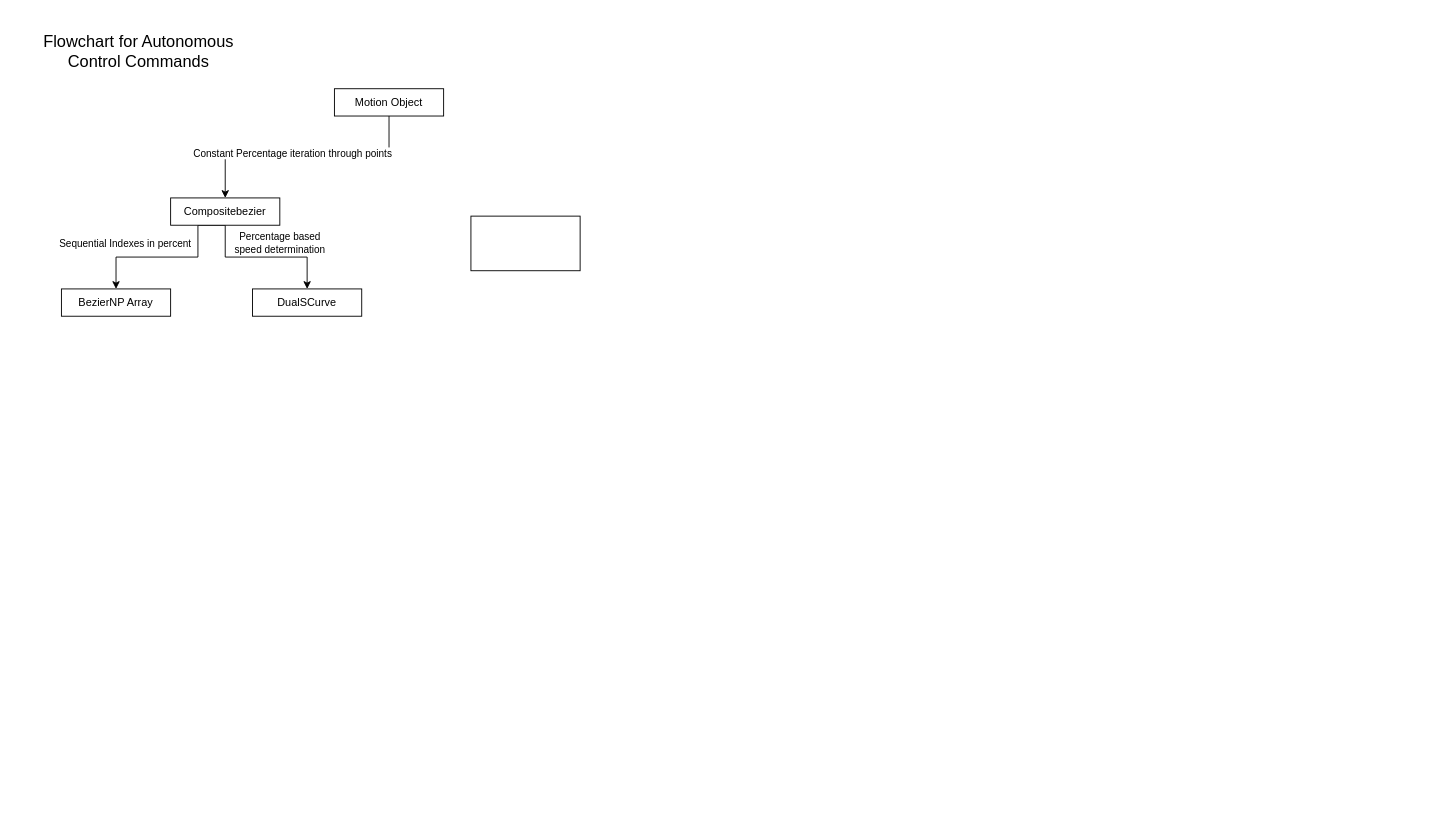
The draw.io diagram Untitled Diagram.drawio in plebbbb/vrc-bot-82855, before the edit. Source tidied: cells renumbered, new cells numbered last; positions are measured from the earlier drawing's top-left corner, leaving out a move shared by most shapes. Both pictures are drawn from the tidied source at 91%, with x=0, y=0 at pixel (25, 15).
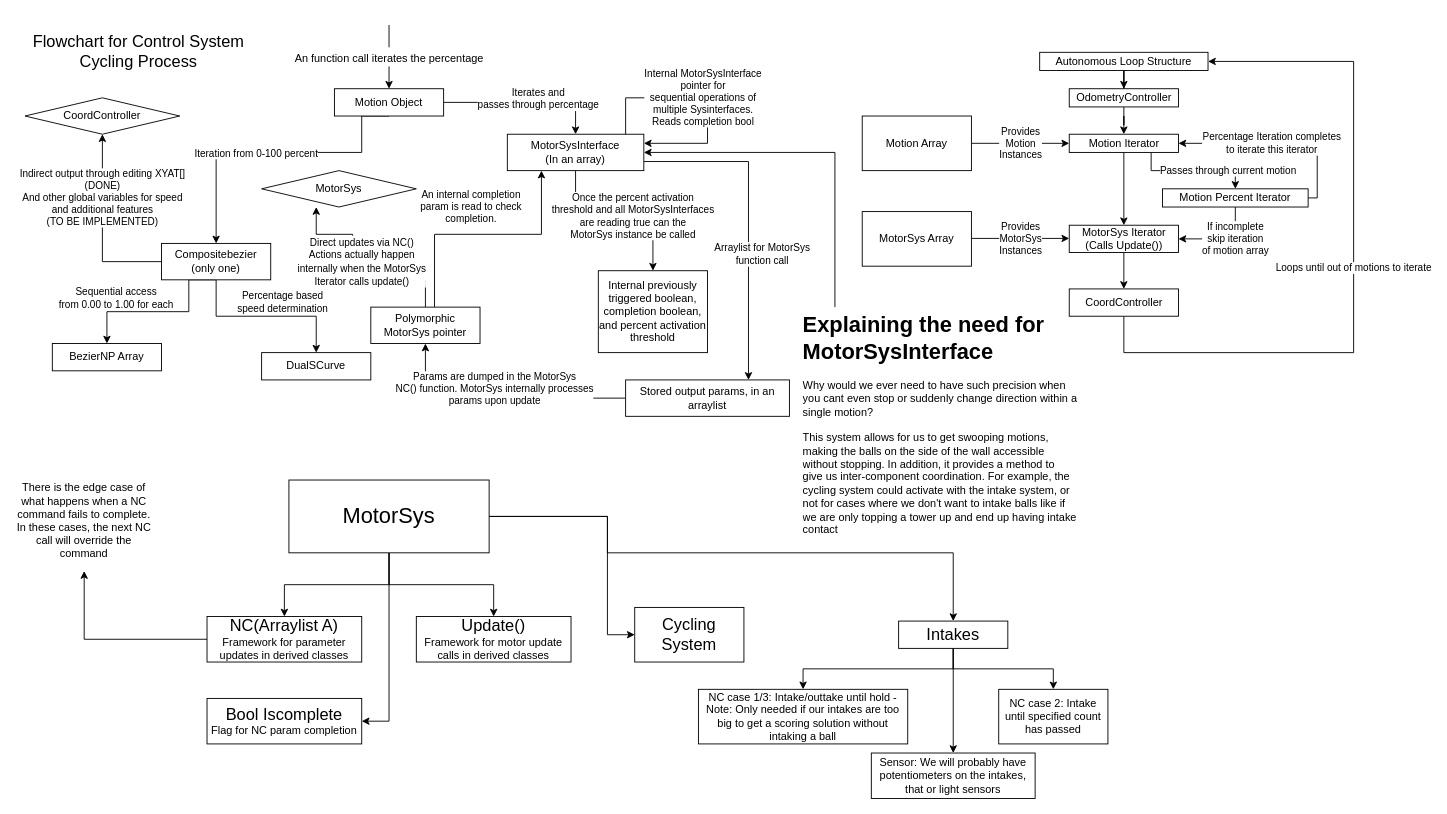
The same page after the edit.

Unchanged cells that the change refers to:
```xml
<mxCell id="4" value="&lt;div&gt;Motion Object&lt;/div&gt;" style="rounded=0;whiteSpace=wrap;html=1;" parent="1" vertex="1">
  <mxGeometry x="340" y="80" width="120" height="30" as="geometry" />
</mxCell>
```

The edit, as a diff of the source:
```diff
@@
     <mxCell id="2" style="edgeStyle=orthogonalEdgeStyle;rounded=0;jettySize=auto;html=1;entryX=0.5;entryY=0;entryDx=0;entryDy=0;exitX=0.5;exitY=1;exitDx=0;exitDy=0;" parent="1" edge="1" source="4" target="8">
       <mxGeometry relative="1" as="geometry">
         <Array as="points">
-          <mxPoint x="400" y="150" />
-          <mxPoint x="220" y="150" />
+          <mxPoint x="370" y="110" />
+          <mxPoint x="370" y="150" />
+          <mxPoint x="210" y="150" />
         </Array>
       </mxGeometry>
     </mxCell>
-    <mxCell id="3" value="&lt;div&gt;Constant Percentage iteration through points&lt;br&gt;&lt;/div&gt;" style="edgeLabel;html=1;align=center;verticalAlign=middle;" parent="2" vertex="1">
+    <mxCell id="3" value="&lt;div&gt;Iteration from 0-100 percent&lt;/div&gt;" style="edgeLabel;html=1;align=center;verticalAlign=middle;" parent="2" vertex="1">
       <mxGeometry x="-0.11" y="3" relative="1" as="geometry">
-        <mxPoint x="-27" y="-3" as="offset" />
+        <mxPoint x="-40" y="-3" as="offset" />
       </mxGeometry>
     </mxCell>
+    <mxCell id="12" style="edgeStyle=orthogonalEdgeStyle;rounded=0;jettySize=auto;html=1;entryX=0.5;entryY=0;entryDx=0;entryDy=0;" parent="1" edge="1" source="4" target="11">
+      <mxGeometry relative="1" as="geometry" />
+    </mxCell>
+    <mxCell id="13" value="&lt;div&gt;Iterates and &lt;br&gt;passes through percentage&lt;/div&gt;" style="edgeLabel;html=1;align=center;verticalAlign=middle;" parent="12" vertex="1">
+      <mxGeometry x="-0.28" y="2" relative="1" as="geometry">
+        <mxPoint x="38" y="-3" as="offset" />
+      </mxGeometry>
+    </mxCell>
@@
-    <mxCell id="5" value="&lt;font style=&quot;font-size: 18px&quot;&gt;Flowchart for Autonomous Control Commands&lt;/font&gt;" style="text;html=1;strokeColor=none;fillColor=none;align=center;verticalAlign=middle;whiteSpace=wrap;rounded=0;" parent="1" vertex="1">
+    <mxCell id="5" value="&lt;font style=&quot;font-size: 18px&quot;&gt;Flowchart for Control System Cycling Process&lt;br&gt;&lt;/font&gt;" style="text;html=1;strokeColor=none;fillColor=none;align=center;verticalAlign=middle;whiteSpace=wrap;rounded=0;" parent="1" vertex="1">
       <mxGeometry width="250" height="80" as="geometry" />
     </mxCell>
-    <mxCell id="6" value="&lt;div&gt;Sequential Indexes in percent&lt;br&gt;&lt;/div&gt;" style="edgeStyle=orthogonalEdgeStyle;rounded=0;jettySize=auto;html=1;exitX=0.5;exitY=1;exitDx=0;exitDy=0;entryX=0.5;entryY=0;entryDx=0;entryDy=0;" parent="1" edge="1" source="8" target="9">
+    <mxCell id="6" value="&lt;div&gt;Sequential access&lt;br&gt;from 0.00 to 1.00 for each&lt;/div&gt;" style="edgeStyle=orthogonalEdgeStyle;rounded=0;jettySize=auto;html=1;exitX=0.5;exitY=1;exitDx=0;exitDy=0;entryX=0.5;entryY=0;entryDx=0;entryDy=0;" parent="1" edge="1" source="8" target="9">
       <mxGeometry x="0.53" y="-15" relative="1" as="geometry">
         <Array as="points">
-          <mxPoint x="190" y="230" />
-          <mxPoint x="190" y="265" />
-          <mxPoint x="100" y="265" />
+          <mxPoint x="180" y="290" />
+          <mxPoint x="180" y="325" />
+          <mxPoint x="90" y="325" />
         </Array>
       </mxGeometry>
     </mxCell>
@@
+    <mxCell id="14" value="Indirect output through editing XYAT[]&lt;br&gt;(DONE)&lt;br&gt;And other global variables for speed&lt;br&gt;and additional features&lt;br&gt;(TO BE IMPLEMENTED)" style="edgeStyle=orthogonalEdgeStyle;rounded=0;jettySize=auto;html=1;exitX=0;exitY=0.5;exitDx=0;exitDy=0;entryX=0.5;entryY=1;entryDx=0;entryDy=0;" parent="1" edge="1" source="8" target="18">
+      <mxGeometry x="0.32" relative="1" as="geometry" />
+    </mxCell>
-    <mxCell id="8" value="&lt;div&gt;Compositebezier&lt;/div&gt;" style="rounded=0;whiteSpace=wrap;html=1;" parent="1" vertex="1">
-      <mxGeometry x="160" y="200" width="120" height="30" as="geometry" />
+    <mxCell id="8" value="&lt;div&gt;Compositebezier&lt;/div&gt;&lt;div&gt;(only one)&lt;br&gt;&lt;/div&gt;" style="rounded=0;whiteSpace=wrap;html=1;" parent="1" vertex="1">
+      <mxGeometry x="150" y="250" width="120" height="40" as="geometry" />
     </mxCell>
     <mxCell id="9" value="BezierNP Array" style="rounded=0;whiteSpace=wrap;html=1;" parent="1" vertex="1">
-      <mxGeometry x="40" y="300" width="120" height="30" as="geometry" />
+      <mxGeometry x="30" y="360" width="120" height="30" as="geometry" />
     </mxCell>
     <mxCell id="10" value="&lt;div&gt;DualSCurve&lt;/div&gt;" style="rounded=0;whiteSpace=wrap;html=1;" parent="1" vertex="1">
-      <mxGeometry x="250" y="300" width="120" height="30" as="geometry" />
+      <mxGeometry x="260" y="370" width="120" height="30" as="geometry" />
     </mxCell>
+    <mxCell id="15" value="&lt;div&gt;An internal completion&lt;/div&gt;&lt;div&gt;param is read to check&lt;br&gt;completion. &lt;br&gt;&lt;/div&gt;" style="edgeStyle=orthogonalEdgeStyle;rounded=0;jettySize=auto;html=1;entryX=0.25;entryY=1;entryDx=0;entryDy=0;" parent="1" edge="1" source="20" target="11">
+      <mxGeometry x="-0.4" y="-50" relative="1" as="geometry">
+        <Array as="points">
+          <mxPoint x="450" y="240" />
+          <mxPoint x="568" y="240" />
+        </Array>
+        <mxPoint x="40" y="-80" as="offset" />
+      </mxGeometry>
+    </mxCell>
+    <mxCell id="16" value="&lt;div&gt;Arraylist for MotorSys&lt;/div&gt;&lt;div&gt;function call&lt;/div&gt;" style="edgeStyle=orthogonalEdgeStyle;rounded=0;jettySize=auto;html=1;entryX=0.75;entryY=0;entryDx=0;entryDy=0;exitX=1;exitY=0.75;exitDx=0;exitDy=0;" parent="1" edge="1" source="11" target="22">
+      <mxGeometry x="0.22" y="15" relative="1" as="geometry">
+        <Array as="points">
+          <mxPoint x="795" y="160" />
+        </Array>
+      </mxGeometry>
+    </mxCell>
+    <mxCell id="17" value="&lt;div&gt;Once the percent activation&lt;/div&gt;&lt;div&gt; threshold and all MotorSysInterfaces&lt;/div&gt;&lt;div&gt;are reading true can the&lt;br&gt; MotorSys instance be called&lt;br&gt;&lt;/div&gt;" style="edgeStyle=orthogonalEdgeStyle;rounded=0;jettySize=auto;html=1;entryX=0.5;entryY=0;entryDx=0;entryDy=0;" parent="1" edge="1" source="11" target="24">
+      <mxGeometry x="0.21" y="5" relative="1" as="geometry" />
+    </mxCell>
-    <mxCell id="11" style="rounded=0;whiteSpace=wrap;html=1;" parent="1" vertex="1">
-      <mxGeometry x="490" y="220" width="120" height="60" as="geometry" />
+    <mxCell id="11" value="&lt;div&gt;MotorSysInterface&lt;br&gt;&lt;/div&gt;(In an array)" style="rounded=0;whiteSpace=wrap;html=1;" parent="1" vertex="1">
+      <mxGeometry x="530" y="130" width="150" height="40" as="geometry" />
     </mxCell>
+    <mxCell id="18" value="CoordController" style="rhombus;whiteSpace=wrap;html=1;" parent="1" vertex="1">
+      <mxGeometry y="90" width="170" height="40" as="geometry" />
+    </mxCell>
+    <mxCell id="19" value="&lt;font style=&quot;font-size: 11px&quot;&gt;Direct updates via NC()&lt;br&gt;Actions actually happen&lt;br&gt;internally when the MotorSys&lt;br&gt;Iterator calls update()&lt;br&gt;&lt;/font&gt;" style="edgeStyle=orthogonalEdgeStyle;rounded=0;jettySize=auto;html=1;fontSize=12;" parent="1" edge="1" source="20">
+      <mxGeometry x="0.13" y="-10" relative="1" as="geometry">
+        <mxPoint x="320" y="210" as="targetPoint" />
+        <Array as="points">
+          <mxPoint x="360" y="290" />
+          <mxPoint x="360" y="240" />
+          <mxPoint x="320" y="240" />
+        </Array>
+      </mxGeometry>
+    </mxCell>
+    <mxCell id="20" value="Polymorphic MotorSys pointer" style="rounded=0;whiteSpace=wrap;html=1;" parent="1" vertex="1">
+      <mxGeometry x="380" y="320" width="120" height="40" as="geometry" />
+    </mxCell>
+    <mxCell id="21" value="&lt;div&gt;Params are dumped in the MotorSys&lt;/div&gt;&lt;div&gt;NC() function. MotorSys internally processes&lt;br&gt;params upon update&lt;br&gt;&lt;/div&gt;" style="edgeStyle=orthogonalEdgeStyle;rounded=0;jettySize=auto;html=1;entryX=0.5;entryY=1;entryDx=0;entryDy=0;" parent="1" edge="1" source="22" target="20">
+      <mxGeometry x="0.03" y="-10" relative="1" as="geometry" />
+    </mxCell>
+    <mxCell id="22" value="Stored output params, in an arraylist" style="rounded=0;whiteSpace=wrap;html=1;" parent="1" vertex="1">
+      <mxGeometry x="660" y="400" width="180" height="40" as="geometry" />
+    </mxCell>
+    <mxCell id="23" value="Internal MotorSysInterface&lt;br&gt;&lt;div&gt;pointer for &lt;br&gt;&lt;/div&gt;&lt;div&gt;sequential operations of&lt;/div&gt;&lt;div&gt;multiple Sysinterfaces.&lt;br&gt;Reads completion bool&lt;br&gt;&lt;/div&gt;" style="edgeStyle=orthogonalEdgeStyle;rounded=0;jettySize=auto;html=1;" parent="1" edge="1" source="11">
+      <mxGeometry relative="1" as="geometry">
+        <mxPoint x="680" y="140" as="targetPoint" />
+        <Array as="points">
+          <mxPoint x="660" y="90" />
+          <mxPoint x="750" y="90" />
+          <mxPoint x="750" y="140" />
+          <mxPoint x="680" y="140" />
+        </Array>
+      </mxGeometry>
+    </mxCell>
+    <mxCell id="24" value="Internal previously triggered boolean, completion boolean, and percent activation threshold" style="rounded=0;whiteSpace=wrap;html=1;" parent="1" vertex="1">
+      <mxGeometry x="630" y="280" width="120" height="90" as="geometry" />
+    </mxCell>
+    <mxCell id="25" style="edgeStyle=orthogonalEdgeStyle;rounded=0;jettySize=auto;html=1;entryX=0.5;entryY=0;entryDx=0;entryDy=0;" parent="1" edge="1" source="30" target="32">
+      <mxGeometry relative="1" as="geometry" />
+    </mxCell>
+    <mxCell id="26" style="edgeStyle=orthogonalEdgeStyle;rounded=0;jettySize=auto;html=1;" parent="1" edge="1" source="30" target="33">
+      <mxGeometry relative="1" as="geometry" />
+    </mxCell>
+    <mxCell id="27" style="edgeStyle=orthogonalEdgeStyle;rounded=0;jettySize=auto;html=1;entryX=0.5;entryY=0;entryDx=0;entryDy=0;" parent="1" edge="1" source="30" target="54">
+      <mxGeometry relative="1" as="geometry">
+        <Array as="points">
+          <mxPoint x="640" y="550" />
+          <mxPoint x="640" y="590" />
+          <mxPoint x="1020" y="590" />
+        </Array>
+      </mxGeometry>
+    </mxCell>
+    <mxCell id="28" style="edgeStyle=orthogonalEdgeStyle;rounded=0;jettySize=auto;html=1;entryX=0;entryY=0.5;entryDx=0;entryDy=0;" parent="1" edge="1" source="30" target="55">
+      <mxGeometry relative="1" as="geometry">
+        <Array as="points">
+          <mxPoint x="640" y="550" />
+          <mxPoint x="640" y="680" />
+        </Array>
+      </mxGeometry>
+    </mxCell>
+    <mxCell id="29" style="edgeStyle=orthogonalEdgeStyle;rounded=0;jettySize=auto;html=1;entryX=1;entryY=0.5;entryDx=0;entryDy=0;fontSize=18;" parent="1" edge="1" source="30" target="56">
+      <mxGeometry relative="1" as="geometry" />
+    </mxCell>
+    <mxCell id="30" value="&lt;font style=&quot;font-size: 24px&quot;&gt;MotorSys&lt;/font&gt;" style="rounded=0;whiteSpace=wrap;html=1;" parent="1" vertex="1">
+      <mxGeometry x="290" y="510" width="220" height="80" as="geometry" />
+    </mxCell>
+    <mxCell id="31" style="edgeStyle=orthogonalEdgeStyle;rounded=0;jettySize=auto;html=1;fontSize=12;" parent="1" edge="1" source="32" target="59">
+      <mxGeometry relative="1" as="geometry" />
+    </mxCell>
+    <mxCell id="32" value="&lt;div&gt;&lt;font style=&quot;font-size: 18px&quot;&gt;NC(Arraylist A)&lt;/font&gt;&lt;/div&gt;Framework for parameter updates in derived classes" style="rounded=0;whiteSpace=wrap;html=1;" parent="1" vertex="1">
+      <mxGeometry x="200" y="660" width="170" height="50" as="geometry" />
+    </mxCell>
+    <mxCell id="33" value="&lt;div&gt;&lt;font style=&quot;font-size: 18px&quot;&gt;Update()&lt;br&gt;&lt;/font&gt;&lt;/div&gt;Framework for motor update calls in derived classes" style="rounded=0;whiteSpace=wrap;html=1;" parent="1" vertex="1">
+      <mxGeometry x="430" y="660" width="170" height="50" as="geometry" />
+    </mxCell>
+    <mxCell id="34" style="edgeStyle=orthogonalEdgeStyle;rounded=0;jettySize=auto;html=1;" parent="1" edge="1" source="35" target="48">
+      <mxGeometry relative="1" as="geometry" />
+    </mxCell>
+    <mxCell id="35" value="Autonomous Loop Structure" style="rounded=0;whiteSpace=wrap;html=1;" parent="1" vertex="1">
+      <mxGeometry x="1115" y="40" width="185" height="20" as="geometry" />
+    </mxCell>
+    <mxCell id="36" value="Passes through current motion" style="edgeStyle=orthogonalEdgeStyle;rounded=0;jettySize=auto;html=1;entryX=0.5;entryY=0;entryDx=0;entryDy=0;exitX=0.75;exitY=1;exitDx=0;exitDy=0;" parent="1" edge="1" source="38" target="43">
+      <mxGeometry x="0.57" relative="1" as="geometry" />
+    </mxCell>
+    <mxCell id="37" style="edgeStyle=orthogonalEdgeStyle;rounded=0;jettySize=auto;html=1;" parent="1" edge="1" source="38" target="46">
+      <mxGeometry relative="1" as="geometry" />
+    </mxCell>
+    <mxCell id="38" value="Motion Iterator" style="rounded=0;whiteSpace=wrap;html=1;" parent="1" vertex="1">
+      <mxGeometry x="1147.5" y="130" width="120" height="20" as="geometry" />
+    </mxCell>
+    <mxCell id="39" value="Provides &lt;br&gt;Motion&lt;br&gt;Instances" style="edgeStyle=orthogonalEdgeStyle;rounded=0;jettySize=auto;html=1;entryX=0;entryY=0.5;entryDx=0;entryDy=0;" parent="1" edge="1" source="40" target="38">
+      <mxGeometry relative="1" as="geometry" />
+    </mxCell>
+    <mxCell id="40" value="Motion Array" style="rounded=0;whiteSpace=wrap;html=1;" parent="1" vertex="1">
+      <mxGeometry x="920" y="110" width="120" height="60" as="geometry" />
+    </mxCell>
+    <mxCell id="41" value="Percentage Iteration completes&lt;br&gt;to iterate this iterator" style="edgeStyle=orthogonalEdgeStyle;rounded=0;jettySize=auto;html=1;entryX=1;entryY=0.5;entryDx=0;entryDy=0;" parent="1" edge="1" source="43" target="38">
+      <mxGeometry x="0.08" relative="1" as="geometry">
+        <Array as="points">
+          <mxPoint x="1420" y="200" />
+          <mxPoint x="1420" y="140" />
+        </Array>
+      </mxGeometry>
+    </mxCell>
+    <mxCell id="42" value="If incomplete&lt;br&gt;skip iteration &lt;br&gt;of motion array" style="edgeStyle=orthogonalEdgeStyle;rounded=0;jettySize=auto;html=1;entryX=1;entryY=0.5;entryDx=0;entryDy=0;" parent="1" edge="1" source="43" target="46">
+      <mxGeometry x="-0.28" relative="1" as="geometry" />
+    </mxCell>
+    <mxCell id="43" value="Motion Percent Iterator" style="rounded=0;whiteSpace=wrap;html=1;" parent="1" vertex="1">
+      <mxGeometry x="1250" y="190" width="160" height="20" as="geometry" />
+    </mxCell>
+    <mxCell id="44" value="Loops until out of motions to iterate" style="edgeStyle=orthogonalEdgeStyle;rounded=0;jettySize=auto;html=1;entryX=1;entryY=0.5;entryDx=0;entryDy=0;exitX=0.5;exitY=1;exitDx=0;exitDy=0;" parent="1" edge="1" source="62" target="35">
+      <mxGeometry relative="1" as="geometry">
+        <Array as="points">
+          <mxPoint x="1208" y="370" />
+          <mxPoint x="1460" y="370" />
+          <mxPoint x="1460" y="50" />
+        </Array>
+      </mxGeometry>
+    </mxCell>
+    <mxCell id="45" style="edgeStyle=orthogonalEdgeStyle;rounded=0;jettySize=auto;html=1;entryX=0.5;entryY=0;entryDx=0;entryDy=0;fontSize=12;" parent="1" edge="1" source="46" target="62">
+      <mxGeometry relative="1" as="geometry" />
+    </mxCell>
+    <mxCell id="46" value="MotorSys Iterator&lt;br&gt;(Calls Update())" style="rounded=0;whiteSpace=wrap;html=1;" parent="1" vertex="1">
+      <mxGeometry x="1147.5" y="230" width="120" height="30" as="geometry" />
+    </mxCell>
+    <mxCell id="47" style="edgeStyle=orthogonalEdgeStyle;rounded=0;jettySize=auto;html=1;" parent="1" edge="1" source="48" target="38">
+      <mxGeometry relative="1" as="geometry" />
+    </mxCell>
+    <mxCell id="48" value="OdometryController" style="rounded=0;whiteSpace=wrap;html=1;" parent="1" vertex="1">
+      <mxGeometry x="1147.5" y="80" width="120" height="20" as="geometry" />
+    </mxCell>
+    <mxCell id="49" value="MotorSys Array" style="rounded=0;whiteSpace=wrap;html=1;" parent="1" vertex="1">
+      <mxGeometry x="920" y="215" width="120" height="60" as="geometry" />
+    </mxCell>
+    <mxCell id="50" value="Provides &lt;br&gt;MotorSys&lt;br&gt;Instances" style="edgeStyle=orthogonalEdgeStyle;rounded=0;orthogonalLoop=1;jettySize=auto;html=1;entryX=0;entryY=0.5;entryDx=0;entryDy=0;" parent="1" edge="1">
+      <mxGeometry relative="1" as="geometry">
+        <mxPoint x="1040" y="244.5" as="sourcePoint" />
+        <mxPoint x="1147.5" y="244.5" as="targetPoint" />
+      </mxGeometry>
+    </mxCell>
+    <mxCell id="51" style="edgeStyle=orthogonalEdgeStyle;rounded=0;jettySize=auto;html=1;fontSize=12;" parent="1" edge="1" source="54" target="63">
+      <mxGeometry relative="1" as="geometry" />
+    </mxCell>
+    <mxCell id="52" style="edgeStyle=orthogonalEdgeStyle;rounded=0;jettySize=auto;html=1;fontSize=12;" parent="1" edge="1" source="54" target="64">
+      <mxGeometry relative="1" as="geometry" />
+    </mxCell>
+    <mxCell id="53" style="edgeStyle=orthogonalEdgeStyle;rounded=0;jettySize=auto;html=1;entryX=0.5;entryY=0;entryDx=0;entryDy=0;fontSize=12;" parent="1" edge="1" source="54" target="65">
+      <mxGeometry relative="1" as="geometry" />
+    </mxCell>
+    <mxCell id="54" value="&lt;font style=&quot;font-size: 18px&quot;&gt;Intakes&lt;/font&gt;" style="rounded=0;whiteSpace=wrap;html=1;" parent="1" vertex="1">
+      <mxGeometry x="960" y="665" width="120" height="30" as="geometry" />
+    </mxCell>
+    <mxCell id="55" value="Cycling System" style="rounded=0;whiteSpace=wrap;html=1;fontSize=18;" parent="1" vertex="1">
+      <mxGeometry x="670" y="650" width="120" height="60" as="geometry" />
+    </mxCell>
+    <mxCell id="56" value="&lt;div&gt;&lt;font style=&quot;font-size: 18px&quot;&gt;Bool Iscomplete&lt;br&gt;&lt;/font&gt;&lt;/div&gt;&lt;div&gt;&lt;font style=&quot;font-size: 12px&quot;&gt;Flag for NC param completion&lt;br&gt;&lt;/font&gt;&lt;/div&gt;" style="rounded=0;whiteSpace=wrap;html=1;" parent="1" vertex="1">
+      <mxGeometry x="200" y="750" width="170" height="50" as="geometry" />
+    </mxCell>
+    <mxCell id="57" value="&lt;font style=&quot;font-size: 12px&quot;&gt;An function call iterates the percentage&lt;/font&gt;" style="endArrow=classic;html=1;fontSize=18;entryX=0.5;entryY=0;entryDx=0;entryDy=0;" parent="1" edge="1" target="4">
+      <mxGeometry relative="1" as="geometry">
+        <mxPoint x="400" y="10" as="sourcePoint" />
+      </mxGeometry>
+    </mxCell>
+    <mxCell id="58" value="MotorSys" style="rhombus;whiteSpace=wrap;html=1;" parent="1" vertex="1">
+      <mxGeometry x="260" y="170" width="170" height="40" as="geometry" />
+    </mxCell>
+    <mxCell id="59" value="There is the edge case of what happens when a NC command fails to complete. In these cases, the next NC call will override the command" style="text;html=1;strokeColor=none;fillColor=none;align=center;verticalAlign=middle;whiteSpace=wrap;rounded=0;" parent="1" vertex="1">
+      <mxGeometry x="-10" y="500" width="150" height="110" as="geometry" />
+    </mxCell>
+    <mxCell id="60" style="edgeStyle=orthogonalEdgeStyle;rounded=0;jettySize=auto;html=1;entryX=1;entryY=0.5;entryDx=0;entryDy=0;fontSize=12;" parent="1" edge="1" source="61" target="11">
+      <mxGeometry relative="1" as="geometry">
+        <Array as="points">
+          <mxPoint x="890" y="150" />
+        </Array>
+      </mxGeometry>
+    </mxCell>
+    <mxCell id="61" value="&lt;h1&gt;Explaining the need for MotorSysInterface&lt;br&gt;&lt;/h1&gt;&lt;p&gt;Why would we ever need to have such precision when you cant even stop or suddenly change direction within a single motion?&lt;br&gt;&lt;br&gt;This system allows for us to get swooping motions, making the balls on the side of the wall accessible without stopping. In addition, it provides a method to give us inter-component coordination. For example, the cycling system could activate with the intake system, or not for cases where we don't want to intake balls like if we are only topping a tower up and end up having intake contact&lt;br&gt;&lt;/p&gt;" style="text;html=1;strokeColor=none;fillColor=none;spacing=5;spacingTop=-20;whiteSpace=wrap;overflow=hidden;rounded=0;fontSize=12;" parent="1" vertex="1">
+      <mxGeometry x="850" y="320" width="310" height="260" as="geometry" />
+    </mxCell>
+    <mxCell id="62" value="CoordController " style="rounded=0;whiteSpace=wrap;html=1;fontSize=12;" parent="1" vertex="1">
+      <mxGeometry x="1147.5" y="300" width="120" height="30" as="geometry" />
+    </mxCell>
+    <mxCell id="63" value="NC case 1/3: Intake/outtake until hold - Note: Only needed if our intakes are too big to get a scoring solution without intaking a ball" style="rounded=0;whiteSpace=wrap;html=1;fontSize=12;" parent="1" vertex="1">
+      <mxGeometry x="740" y="740" width="230" height="60" as="geometry" />
+    </mxCell>
+    <mxCell id="64" value="NC case 2: Intake until specified count has passed" style="rounded=0;whiteSpace=wrap;html=1;fontSize=12;" parent="1" vertex="1">
+      <mxGeometry x="1070" y="740" width="120" height="60" as="geometry" />
+    </mxCell>
+    <mxCell id="65" value="Sensor: We will probably have potentiometers on the intakes, that or light sensors" style="rounded=0;whiteSpace=wrap;html=1;fontSize=12;" parent="1" vertex="1">
+      <mxGeometry x="930" y="810" width="180" height="50" as="geometry" />
+    </mxCell>
```
